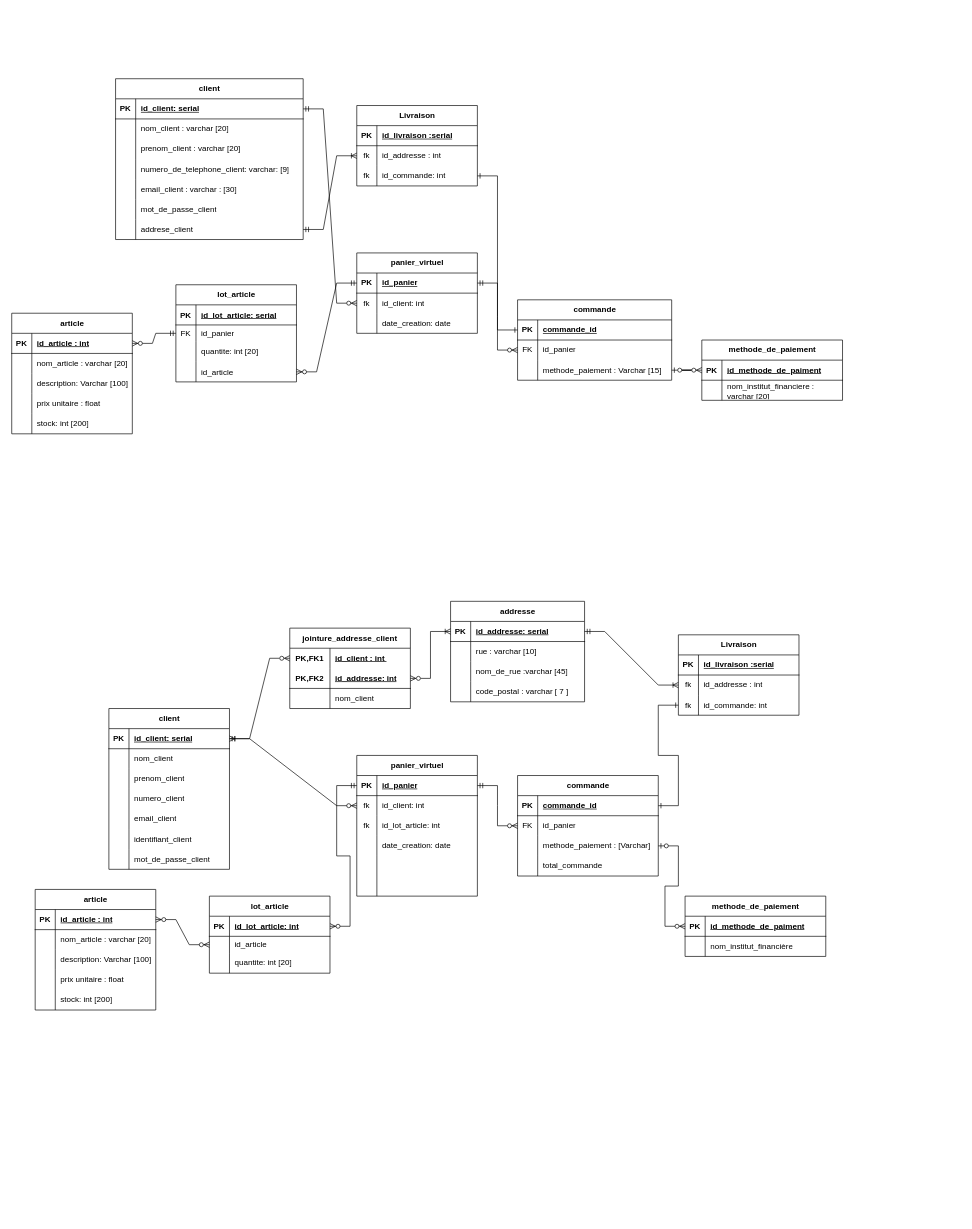
franck-code/tests keeps this draw.io diagram as modèle site.drawio. Above is the earlier version. Source tidied: cells renumbered, new cells numbered last; positions are measured from the earlier drawing's top-left corner, leaving out a move shared by most shapes. Both pictures are drawn from the tidied source at 67%, with x=0, y=0 at pixel (11, 78).
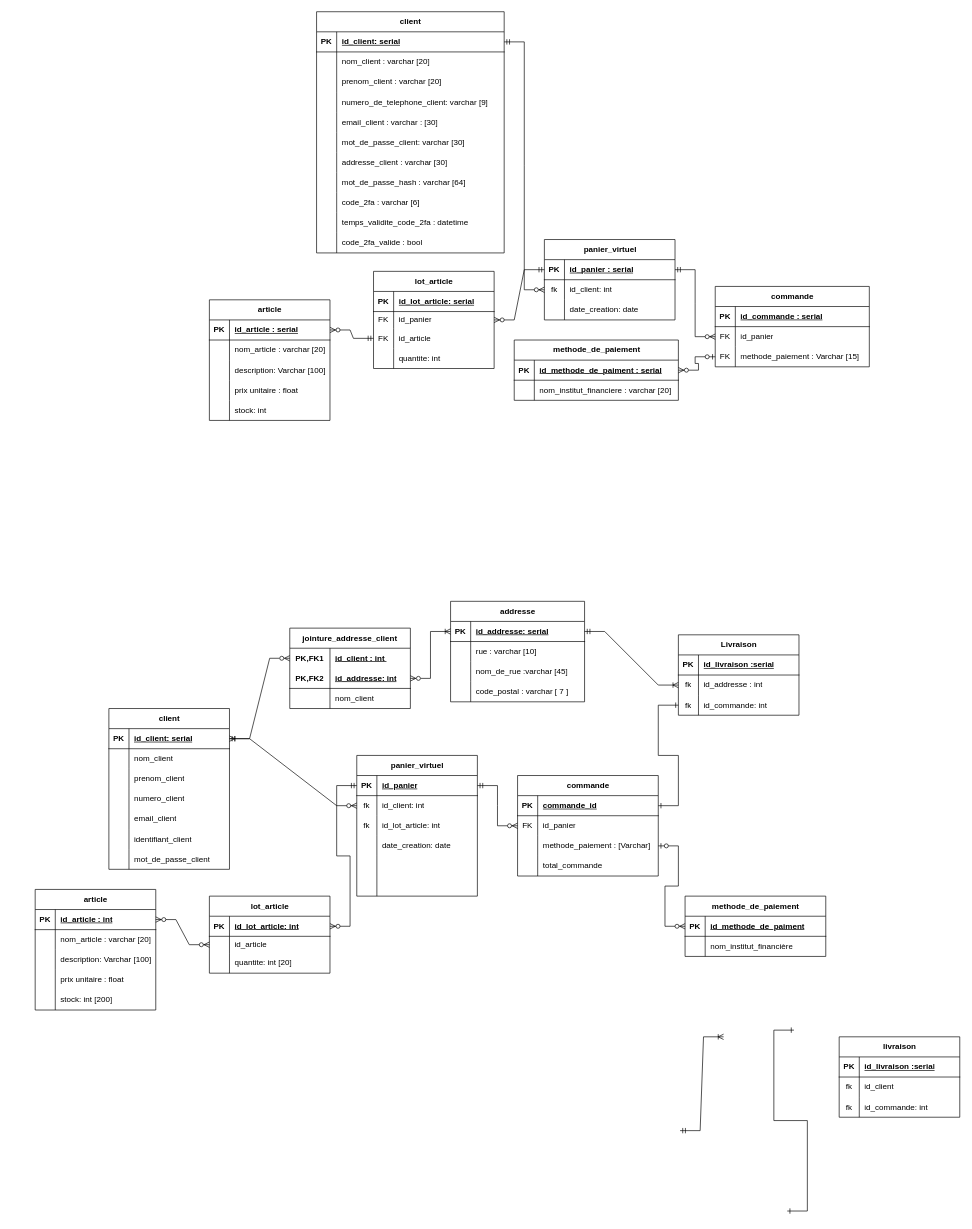
The same page after the edit.

Commit message:
Mettre à jour modèle site.drawio

The change refers to these unchanged cells:
```xml
<mxCell id="12" style="shape=tableRow;horizontal=0;startSize=0;swimlaneHead=0;swimlaneBody=0;fillColor=none;top=0;left=0;right=0;bottom=0;" parent="2" vertex="1">
  <mxGeometry y="120" width="280" height="30" as="geometry" />
</mxCell>
<mxCell id="18" style="shape=tableRow;horizontal=0;startSize=0;swimlaneHead=0;swimlaneBody=0;fillColor=none;top=0;left=0;right=0;bottom=0;" parent="2" vertex="1">
  <mxGeometry y="180" width="280" height="30" as="geometry" />
</mxCell>
<mxCell id="21" style="shape=tableRow;horizontal=0;startSize=0;swimlaneHead=0;swimlaneBody=0;fillColor=none;points=[[0,0.5],[1,0.5]];portConstraint=eastwest;top=0;left=0;right=0;bottom=0;" parent="2" vertex="1">
  <mxGeometry y="210" width="280" height="30" as="geometry" />
</mxCell>
<mxCell id="38" style="shape=tableRow;horizontal=0;startSize=0;swimlaneHead=0;swimlaneBody=0;fillColor=none;points=[[0,0.5],[1,0.5]];portConstraint=eastwest;top=0;left=0;right=0;bottom=0;" parent="34" vertex="1">
  <mxGeometry y="60" width="180" height="30" as="geometry" />
</mxCell>
<mxCell id="41" style="shape=tableRow;horizontal=0;startSize=0;swimlaneHead=0;swimlaneBody=0;fillColor=none;points=[[0,0.5],[1,0.5]];portConstraint=eastwest;top=0;left=0;right=0;bottom=0;" parent="34" vertex="1">
  <mxGeometry y="90" width="180" height="30" as="geometry" />
</mxCell>
<mxCell id="45" style="shape=tableRow;horizontal=0;startSize=0;swimlaneHead=0;swimlaneBody=0;fillColor=none;points=[[0,0.5],[1,0.5]];portConstraint=eastwest;top=0;left=0;right=0;bottom=1;" parent="44" vertex="1">
  <mxGeometry y="30" width="180" height="30" as="geometry" />
</mxCell>
<mxCell id="57" style="shape=tableRow;horizontal=0;startSize=0;swimlaneHead=0;swimlaneBody=0;fillColor=none;top=0;left=0;right=0;bottom=0;" parent="44" vertex="1">
  <mxGeometry y="150" width="180" height="30" as="geometry" />
</mxCell>
<mxCell id="64" style="shape=tableRow;horizontal=0;startSize=0;swimlaneHead=0;swimlaneBody=0;fillColor=none;points=[[0,0.5],[1,0.5]];portConstraint=eastwest;top=0;left=0;right=0;bottom=0;" parent="60" vertex="1">
  <mxGeometry y="60" width="180" height="25" as="geometry" />
</mxCell>
<mxCell id="67" style="shape=tableRow;horizontal=0;startSize=0;swimlaneHead=0;swimlaneBody=0;fillColor=none;points=[[0,0.5],[1,0.5]];portConstraint=eastwest;top=0;left=0;right=0;bottom=0;" parent="60" vertex="1">
  <mxGeometry y="85" width="180" height="30" as="geometry" />
</mxCell>
<mxCell id="70" style="shape=tableRow;horizontal=0;startSize=0;swimlaneHead=0;swimlaneBody=0;fillColor=none;points=[[0,0.5],[1,0.5]];portConstraint=eastwest;top=0;left=0;right=0;bottom=0;" parent="60" vertex="1">
  <mxGeometry y="115" width="180" height="30" as="geometry" />
</mxCell>
<mxCell id="74" style="shape=tableRow;horizontal=0;startSize=0;swimlaneHead=0;swimlaneBody=0;fillColor=none;points=[[0,0.5],[1,0.5]];portConstraint=eastwest;top=0;left=0;right=0;bottom=1;" parent="73" vertex="1">
  <mxGeometry y="30" width="230" height="30" as="geometry" />
</mxCell>
<mxCell id="80" style="shape=tableRow;horizontal=0;startSize=0;swimlaneHead=0;swimlaneBody=0;fillColor=none;points=[[0,0.5],[1,0.5]];portConstraint=eastwest;top=0;left=0;right=0;bottom=0;" parent="73" vertex="1">
  <mxGeometry y="90" width="230" height="30" as="geometry" />
</mxCell>
```

The edit, as a diff of the source:
```diff
@@
     <mxCell id="2" value="client" style="shape=table;startSize=30;childLayout=tableLayout;rowLines=0;fontStyle=1;align=center;html=1;" parent="1" vertex="1">
-      <mxGeometry x="155" width="280" height="240" as="geometry" />
+      <mxGeometry x="455" y="-100" width="280" height="360" as="geometry" />
     </mxCell>
@@
-    <mxCell id="14" value="numero_de_telephone_client: varchar: [9]" style="shape=partialRectangle;fillColor=none;top=0;left=0;bottom=0;right=0;align=left;spacingLeft=6;overflow=hidden;whiteSpace=wrap;html=1;" parent="12" vertex="1">
+    <mxCell id="14" value="numero_de_telephone_client: varchar [9]" style="shape=partialRectangle;fillColor=none;top=0;left=0;bottom=0;right=0;align=left;spacingLeft=6;overflow=hidden;whiteSpace=wrap;html=1;" parent="12" vertex="1">
       <mxGeometry x="30" width="250" height="30" as="geometry" />
     </mxCell>
@@
-    <mxCell id="20" value="mot_de_passe_client" style="shape=partialRectangle;fillColor=none;top=0;left=0;bottom=0;right=0;align=left;spacingLeft=6;overflow=hidden;whiteSpace=wrap;html=1;" parent="18" vertex="1">
+    <mxCell id="20" value="mot_de_passe_client: varchar [30]" style="shape=partialRectangle;fillColor=none;top=0;left=0;bottom=0;right=0;align=left;spacingLeft=6;overflow=hidden;whiteSpace=wrap;html=1;" parent="18" vertex="1">
       <mxGeometry x="30" width="250" height="30" as="geometry" />
     </mxCell>
@@
-    <mxCell id="23" value="addrese_client" style="shape=partialRectangle;fillColor=none;top=0;left=0;bottom=0;right=0;align=left;spacingLeft=6;overflow=hidden;whiteSpace=wrap;html=1;" parent="21" vertex="1">
+    <mxCell id="23" value="addresse_client : varchar [30]" style="shape=partialRectangle;fillColor=none;top=0;left=0;bottom=0;right=0;align=left;spacingLeft=6;overflow=hidden;whiteSpace=wrap;html=1;" parent="21" vertex="1">
       <mxGeometry x="30" width="250" height="30" as="geometry" />
     </mxCell>
+    <mxCell id="226" style="shape=tableRow;horizontal=0;startSize=0;swimlaneHead=0;swimlaneBody=0;fillColor=none;top=0;left=0;right=0;bottom=0;" parent="2" vertex="1">
+      <mxGeometry y="240" width="280" height="30" as="geometry" />
+    </mxCell>
+    <mxCell id="227" style="shape=partialRectangle;fillColor=none;top=0;left=0;bottom=0;right=0;overflow=hidden;whiteSpace=wrap;html=1;" parent="226" vertex="1">
+      <mxGeometry width="30" height="30" as="geometry" />
+    </mxCell>
+    <mxCell id="228" value="mot_de_passe_hash : varchar [64]" style="shape=partialRectangle;fillColor=none;top=0;left=0;bottom=0;right=0;align=left;spacingLeft=6;overflow=hidden;whiteSpace=wrap;html=1;" parent="226" vertex="1">
+      <mxGeometry x="30" width="250" height="30" as="geometry" />
+    </mxCell>
+    <mxCell id="229" style="shape=tableRow;horizontal=0;startSize=0;swimlaneHead=0;swimlaneBody=0;fillColor=none;top=0;left=0;right=0;bottom=0;" parent="2" vertex="1">
+      <mxGeometry y="270" width="280" height="30" as="geometry" />
+    </mxCell>
+    <mxCell id="230" style="shape=partialRectangle;fillColor=none;top=0;left=0;bottom=0;right=0;overflow=hidden;whiteSpace=wrap;html=1;" parent="229" vertex="1">
+      <mxGeometry width="30" height="30" as="geometry" />
+    </mxCell>
+    <mxCell id="231" value="code_2fa : varchar [6]" style="shape=partialRectangle;fillColor=none;top=0;left=0;bottom=0;right=0;align=left;spacingLeft=6;overflow=hidden;whiteSpace=wrap;html=1;" parent="229" vertex="1">
+      <mxGeometry x="30" width="250" height="30" as="geometry" />
+    </mxCell>
+    <mxCell id="232" style="shape=tableRow;horizontal=0;startSize=0;swimlaneHead=0;swimlaneBody=0;fillColor=none;top=0;left=0;right=0;bottom=0;" parent="2" vertex="1">
+      <mxGeometry y="300" width="280" height="30" as="geometry" />
+    </mxCell>
+    <mxCell id="233" style="shape=partialRectangle;fillColor=none;top=0;left=0;bottom=0;right=0;overflow=hidden;whiteSpace=wrap;html=1;" parent="232" vertex="1">
+      <mxGeometry width="30" height="30" as="geometry" />
+    </mxCell>
+    <mxCell id="234" value="temps_validite_code_2fa : datetime" style="shape=partialRectangle;fillColor=none;top=0;left=0;bottom=0;right=0;align=left;spacingLeft=6;overflow=hidden;whiteSpace=wrap;html=1;" parent="232" vertex="1">
+      <mxGeometry x="30" width="250" height="30" as="geometry" />
+    </mxCell>
+    <mxCell id="235" style="shape=tableRow;horizontal=0;startSize=0;swimlaneHead=0;swimlaneBody=0;fillColor=none;top=0;left=0;right=0;bottom=0;" parent="2" vertex="1">
+      <mxGeometry y="330" width="280" height="30" as="geometry" />
+    </mxCell>
+    <mxCell id="236" style="shape=partialRectangle;fillColor=none;top=0;left=0;bottom=0;right=0;overflow=hidden;whiteSpace=wrap;html=1;" parent="235" vertex="1">
+      <mxGeometry width="30" height="30" as="geometry" />
+    </mxCell>
+    <mxCell id="237" value="code_2fa_valide : bool" style="shape=partialRectangle;fillColor=none;top=0;left=0;bottom=0;right=0;align=left;spacingLeft=6;overflow=hidden;whiteSpace=wrap;html=1;" parent="235" vertex="1">
+      <mxGeometry x="30" width="250" height="30" as="geometry" />
+    </mxCell>
     <mxCell id="24" value="panier_virtuel" style="shape=table;startSize=30;childLayout=tableLayout;rowLines=0;fontStyle=1;align=center;html=1;" parent="1" vertex="1">
-      <mxGeometry x="515" y="260" width="180" height="120" as="geometry" />
+      <mxGeometry x="795" y="240" width="195" height="120" as="geometry" />
     </mxCell>
     <mxCell id="25" style="shape=tableRow;horizontal=0;startSize=0;swimlaneHead=0;swimlaneBody=0;fillColor=none;points=[[0,0.5],[1,0.5]];portConstraint=eastwest;top=0;left=0;right=0;bottom=1;" parent="24" vertex="1">
-      <mxGeometry y="30" width="180" height="30" as="geometry" />
+      <mxGeometry y="30" width="195" height="30" as="geometry" />
     </mxCell>
@@
-    <mxCell id="27" value="id_panier" style="shape=partialRectangle;fillColor=none;top=0;left=0;bottom=0;right=0;align=left;spacingLeft=6;fontStyle=5;overflow=hidden;whiteSpace=wrap;html=1;" parent="25" vertex="1">
-      <mxGeometry x="30" width="150" height="30" as="geometry" />
+    <mxCell id="27" value="id_panier : serial" style="shape=partialRectangle;fillColor=none;top=0;left=0;bottom=0;right=0;align=left;spacingLeft=6;fontStyle=5;overflow=hidden;whiteSpace=wrap;html=1;" parent="25" vertex="1">
+      <mxGeometry x="30" width="165" height="30" as="geometry" />
     </mxCell>
     <mxCell id="28" style="shape=tableRow;horizontal=0;startSize=0;swimlaneHead=0;swimlaneBody=0;fillColor=none;points=[[0,0.5],[1,0.5]];portConstraint=eastwest;top=0;left=0;right=0;bottom=0;" parent="24" vertex="1">
-      <mxGeometry y="60" width="180" height="30" as="geometry" />
+      <mxGeometry y="60" width="195" height="30" as="geometry" />
     </mxCell>
@@
     <mxCell id="30" value="id_client: int" style="shape=partialRectangle;fillColor=none;top=0;left=0;bottom=0;right=0;align=left;spacingLeft=6;overflow=hidden;whiteSpace=wrap;html=1;" parent="28" vertex="1">
-      <mxGeometry x="30" width="150" height="30" as="geometry" />
+      <mxGeometry x="30" width="165" height="30" as="geometry" />
     </mxCell>
     <mxCell id="31" style="shape=tableRow;horizontal=0;startSize=0;swimlaneHead=0;swimlaneBody=0;fillColor=none;top=0;left=0;right=0;bottom=0;" parent="24" vertex="1">
-      <mxGeometry y="90" width="180" height="30" as="geometry" />
+      <mxGeometry y="90" width="195" height="30" as="geometry" />
     </mxCell>
@@
     <mxCell id="33" value="date_creation: date" style="shape=partialRectangle;fillColor=none;top=0;left=0;bottom=0;right=0;align=left;spacingLeft=6;overflow=hidden;whiteSpace=wrap;html=1;" parent="31" vertex="1">
-      <mxGeometry x="30" width="150" height="30" as="geometry" />
+      <mxGeometry x="30" width="165" height="30" as="geometry" />
     </mxCell>
-    <mxCell id="34" value="Livraison" style="shape=table;startSize=30;childLayout=tableLayout;rowLines=0;fontStyle=1;align=center;html=1;" parent="1" vertex="1">
-      <mxGeometry x="515" y="40" width="180" height="120" as="geometry" />
+    <mxCell id="34" value="livraison" style="shape=table;startSize=30;childLayout=tableLayout;rowLines=0;fontStyle=1;align=center;html=1;" parent="1" vertex="1">
+      <mxGeometry x="1235" y="1430" width="180" height="120" as="geometry" />
     </mxCell>
@@
-    <mxCell id="40" value="id_addresse : int" style="shape=partialRectangle;fillColor=none;top=0;left=0;bottom=0;right=0;align=left;spacingLeft=6;overflow=hidden;whiteSpace=wrap;html=1;" parent="38" vertex="1">
+    <mxCell id="40" value="id_client" style="shape=partialRectangle;fillColor=none;top=0;left=0;bottom=0;right=0;align=left;spacingLeft=6;overflow=hidden;whiteSpace=wrap;html=1;" parent="38" vertex="1">
       <mxGeometry x="30" width="150" height="30" as="geometry" />
     </mxCell>
@@
     <mxCell id="44" value="article" style="shape=table;startSize=30;childLayout=tableLayout;rowLines=0;fontStyle=1;align=center;html=1;" parent="1" vertex="1">
-      <mxGeometry y="350" width="180" height="180" as="geometry" />
+      <mxGeometry x="295" y="330" width="180" height="180" as="geometry" />
     </mxCell>
@@
-    <mxCell id="47" value="id_article : int" style="shape=partialRectangle;fillColor=none;top=0;left=0;bottom=0;right=0;align=left;spacingLeft=6;fontStyle=5;overflow=hidden;whiteSpace=wrap;html=1;" parent="45" vertex="1">
+    <mxCell id="47" value="id_article : serial" style="shape=partialRectangle;fillColor=none;top=0;left=0;bottom=0;right=0;align=left;spacingLeft=6;fontStyle=5;overflow=hidden;whiteSpace=wrap;html=1;" parent="45" vertex="1">
       <mxGeometry x="30" width="150" height="30" as="geometry" />
     </mxCell>
@@
-    <mxCell id="59" value="stock: int [200]" style="shape=partialRectangle;fillColor=none;top=0;left=0;bottom=0;right=0;align=left;spacingLeft=6;overflow=hidden;whiteSpace=wrap;html=1;" parent="57" vertex="1">
+    <mxCell id="59" value="stock: int&amp;nbsp;" style="shape=partialRectangle;fillColor=none;top=0;left=0;bottom=0;right=0;align=left;spacingLeft=6;overflow=hidden;whiteSpace=wrap;html=1;" parent="57" vertex="1">
       <mxGeometry x="30" width="150" height="30" as="geometry" />
     </mxCell>
     <mxCell id="60" value="lot_article" style="shape=table;startSize=30;childLayout=tableLayout;rowLines=0;fontStyle=1;align=center;html=1;" parent="1" vertex="1">
-      <mxGeometry x="245" y="307.5" width="180" height="145" as="geometry" />
+      <mxGeometry x="540" y="287.5" width="180" height="145" as="geometry" />
     </mxCell>
@@
-    <mxCell id="68" style="shape=partialRectangle;fillColor=none;top=0;left=0;bottom=0;right=0;overflow=hidden;whiteSpace=wrap;html=1;" parent="67" vertex="1">
+    <mxCell id="68" value="FK" style="shape=partialRectangle;fillColor=none;top=0;left=0;bottom=0;right=0;overflow=hidden;whiteSpace=wrap;html=1;" parent="67" vertex="1">
       <mxGeometry width="30" height="30" as="geometry" />
     </mxCell>
-    <mxCell id="69" value="quantite: int [20]" style="shape=partialRectangle;fillColor=none;top=0;left=0;bottom=0;right=0;align=left;spacingLeft=6;overflow=hidden;whiteSpace=wrap;html=1;" parent="67" vertex="1">
+    <mxCell id="69" value="id_article" style="shape=partialRectangle;fillColor=none;top=0;left=0;bottom=0;right=0;align=left;spacingLeft=6;overflow=hidden;whiteSpace=wrap;html=1;" parent="67" vertex="1">
       <mxGeometry x="30" width="150" height="30" as="geometry" />
     </mxCell>
@@
-    <mxCell id="72" value="id_article" style="shape=partialRectangle;fillColor=none;top=0;left=0;bottom=0;right=0;align=left;spacingLeft=6;overflow=hidden;whiteSpace=wrap;html=1;" parent="70" vertex="1">
+    <mxCell id="72" value="quantite: int&amp;nbsp;" style="shape=partialRectangle;fillColor=none;top=0;left=0;bottom=0;right=0;align=left;spacingLeft=6;overflow=hidden;whiteSpace=wrap;html=1;" parent="70" vertex="1">
       <mxGeometry x="30" width="150" height="30" as="geometry" />
     </mxCell>
     <mxCell id="73" value="commande" style="shape=table;startSize=30;childLayout=tableLayout;rowLines=0;fontStyle=1;align=center;html=1;" parent="1" vertex="1">
-      <mxGeometry x="755" y="330" width="230" height="120" as="geometry" />
+      <mxGeometry x="1050" y="310" width="230" height="120" as="geometry" />
     </mxCell>
@@
-    <mxCell id="76" value="commande_id" style="shape=partialRectangle;fillColor=none;top=0;left=0;bottom=0;right=0;align=left;spacingLeft=6;fontStyle=5;overflow=hidden;whiteSpace=wrap;html=1;" parent="74" vertex="1">
+    <mxCell id="76" value="id_commande : serial" style="shape=partialRectangle;fillColor=none;top=0;left=0;bottom=0;right=0;align=left;spacingLeft=6;fontStyle=5;overflow=hidden;whiteSpace=wrap;html=1;" parent="74" vertex="1">
       <mxGeometry x="30" width="200" height="30" as="geometry" />
     </mxCell>
@@
-    <mxCell id="81" style="shape=partialRectangle;fillColor=none;top=0;left=0;bottom=0;right=0;overflow=hidden;whiteSpace=wrap;html=1;" parent="80" vertex="1">
+    <mxCell id="81" value="&lt;div&gt;FK&lt;/div&gt;" style="shape=partialRectangle;fillColor=none;top=0;left=0;bottom=0;right=0;overflow=hidden;whiteSpace=wrap;html=1;" parent="80" vertex="1">
       <mxGeometry width="30" height="30" as="geometry" />
     </mxCell>
@@
-    <mxCell id="85" style="edgeStyle=entityRelationEdgeStyle;fontSize=12;html=1;endArrow=ERoneToMany;startArrow=ERmandOne;rounded=0;entryX=0;entryY=0.5;entryDx=0;entryDy=0;exitX=1;exitY=0.5;exitDx=0;exitDy=0;startFill=0;endFill=0;" parent="1" edge="1" source="21" target="38">
-      <mxGeometry relative="1" as="geometry" />
+    <mxCell id="85" style="edgeStyle=entityRelationEdgeStyle;fontSize=12;html=1;endArrow=ERoneToMany;startArrow=ERmandOne;rounded=0;entryX=0;entryY=0.5;entryDx=0;entryDy=0;startFill=0;endFill=0;" parent="1" edge="1">
+      <mxGeometry relative="1" as="geometry">
+        <mxPoint x="997.5" y="1570" as="sourcePoint" />
+        <mxPoint x="1062.5" y="1430" as="targetPoint" />
+      </mxGeometry>
     </mxCell>
-    <mxCell id="86" style="edgeStyle=entityRelationEdgeStyle;fontSize=12;html=1;endArrow=ERmandOne;endFill=0;startArrow=ERzeroToMany;rounded=0;entryX=0;entryY=0.5;entryDx=0;entryDy=0;exitX=1;exitY=0.5;exitDx=0;exitDy=0;" parent="1" edge="1" source="45" target="64">
+    <mxCell id="86" style="edgeStyle=entityRelationEdgeStyle;fontSize=12;html=1;endArrow=ERmandOne;endFill=0;startArrow=ERzeroToMany;rounded=0;entryX=0;entryY=0.5;entryDx=0;entryDy=0;exitX=1;exitY=0.5;exitDx=0;exitDy=0;" parent="1" edge="1" source="45" target="67">
       <mxGeometry relative="1" as="geometry" />
     </mxCell>
-    <mxCell id="87" style="edgeStyle=entityRelationEdgeStyle;fontSize=12;html=1;endArrow=ERzeroToMany;startArrow=ERmandOne;rounded=0;entryX=1;entryY=0.5;entryDx=0;entryDy=0;exitX=0;exitY=0.5;exitDx=0;exitDy=0;startFill=0;" parent="1" edge="1" source="25" target="70">
+    <mxCell id="87" style="edgeStyle=entityRelationEdgeStyle;fontSize=12;html=1;endArrow=ERzeroToMany;startArrow=ERmandOne;rounded=0;entryX=1;entryY=0.5;entryDx=0;entryDy=0;exitX=0;exitY=0.5;exitDx=0;exitDy=0;startFill=0;" parent="1" edge="1" source="25" target="64">
       <mxGeometry relative="1" as="geometry">
         <Array as="points">
-          <mxPoint x="655" y="675" />
+          <mxPoint x="950" y="655" />
         </Array>
       </mxGeometry>
     </mxCell>
-    <mxCell id="88" style="edgeStyle=entityRelationEdgeStyle;fontSize=12;html=1;endArrow=ERone;startArrow=ERone;rounded=0;exitX=0;exitY=0.5;exitDx=0;exitDy=0;entryX=1;entryY=0.5;entryDx=0;entryDy=0;startFill=0;endFill=0;" parent="1" edge="1" source="74" target="41">
-      <mxGeometry relative="1" as="geometry" />
+    <mxCell id="88" style="edgeStyle=entityRelationEdgeStyle;fontSize=12;html=1;endArrow=ERone;startArrow=ERone;rounded=0;entryX=1;entryY=0.5;entryDx=0;entryDy=0;startFill=0;endFill=0;" parent="1" edge="1">
+      <mxGeometry relative="1" as="geometry">
+        <mxPoint x="1157.5" y="1690" as="sourcePoint" />
+        <mxPoint x="1167.5" y="1420" as="targetPoint" />
+      </mxGeometry>
     </mxCell>
     <mxCell id="89" value="methode_de_paiement" style="shape=table;startSize=30;childLayout=tableLayout;rowLines=0;fontStyle=1;align=center;html=1;" parent="1" vertex="1">
-      <mxGeometry x="1030" y="390" width="210" height="90" as="geometry" />
+      <mxGeometry x="750" y="390" width="245" height="90" as="geometry" />
     </mxCell>
     <mxCell id="90" style="shape=tableRow;horizontal=0;startSize=0;swimlaneHead=0;swimlaneBody=0;fillColor=none;points=[[0,0.5],[1,0.5]];portConstraint=eastwest;top=0;left=0;right=0;bottom=1;" parent="89" vertex="1">
-      <mxGeometry y="30" width="210" height="30" as="geometry" />
+      <mxGeometry y="30" width="245" height="30" as="geometry" />
     </mxCell>
@@
-    <mxCell id="92" value="&lt;span style=&quot;text-align: center; text-wrap-mode: nowrap;&quot;&gt;id_methode_de_paiment&lt;/span&gt;" style="shape=partialRectangle;fillColor=none;top=0;left=0;bottom=0;right=0;align=left;spacingLeft=6;fontStyle=5;overflow=hidden;whiteSpace=wrap;html=1;" parent="90" vertex="1">
-      <mxGeometry x="30" width="180" height="30" as="geometry" />
+    <mxCell id="92" value="&lt;span style=&quot;text-align: center; text-wrap-mode: nowrap;&quot;&gt;id_methode_de_paiment : serial&lt;/span&gt;" style="shape=partialRectangle;fillColor=none;top=0;left=0;bottom=0;right=0;align=left;spacingLeft=6;fontStyle=5;overflow=hidden;whiteSpace=wrap;html=1;" parent="90" vertex="1">
+      <mxGeometry x="30" width="215" height="30" as="geometry" />
     </mxCell>
     <mxCell id="93" style="shape=tableRow;horizontal=0;startSize=0;swimlaneHead=0;swimlaneBody=0;fillColor=none;top=0;left=0;right=0;bottom=0;" parent="89" vertex="1">
-      <mxGeometry y="60" width="210" height="30" as="geometry" />
+      <mxGeometry y="60" width="245" height="30" as="geometry" />
     </mxCell>
@@
     <mxCell id="95" value="nom_institut_financiere : varchar [20]" style="shape=partialRectangle;fillColor=none;top=0;left=0;bottom=0;right=0;align=left;spacingLeft=6;overflow=hidden;whiteSpace=wrap;html=1;" parent="93" vertex="1">
-      <mxGeometry x="30" width="180" height="30" as="geometry" />
+      <mxGeometry x="30" width="215" height="30" as="geometry" />
     </mxCell>
-    <mxCell id="96" style="edgeStyle=entityRelationEdgeStyle;fontSize=12;html=1;endArrow=ERzeroToMany;startArrow=ERzeroToOne;rounded=0;entryX=0;entryY=0.5;entryDx=0;entryDy=0;exitX=1;exitY=0.5;exitDx=0;exitDy=0;" parent="1" edge="1" source="80" target="90">
+    <mxCell id="96" style="edgeStyle=entityRelationEdgeStyle;fontSize=12;html=1;endArrow=ERzeroToMany;startArrow=ERzeroToOne;rounded=0;entryX=1;entryY=0.5;entryDx=0;entryDy=0;exitX=0;exitY=0.5;exitDx=0;exitDy=0;" parent="1" edge="1" source="80" target="90">
       <mxGeometry relative="1" as="geometry" />
     </mxCell>
```
